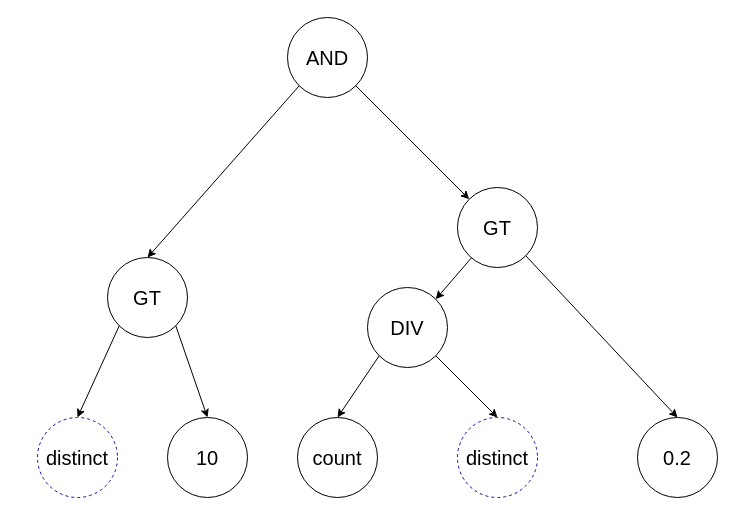
learn2Pro/draw_io_save keeps this draw.io diagram as ppt_sql_optimize.drawio. Above is the earlier version. Source tidied: cells renumbered, new cells numbered last; positions are measured from the earlier drawing's top-left corner, leaving out a move shared by most shapes. Both pictures are drawn from the tidied source at 100%, with x=0, y=0 at pixel (37, 17).
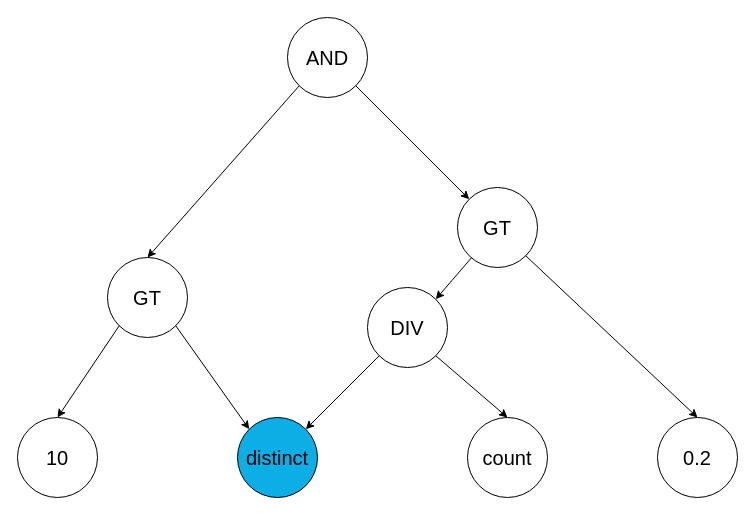
The same diagram, later.

Unchanged cells that the change refers to:
```xml
<mxCell id="6" value="&lt;span style=&quot;font-size: 20px&quot;&gt;&lt;font&gt;DIV&lt;/font&gt;&lt;/span&gt;" style="ellipse;whiteSpace=wrap;html=1;fontStyle=0;fontSize=20;fontFamily=TencentSans;" parent="1" vertex="1">
  <mxGeometry x="330" y="270" width="80" height="80" as="geometry" />
</mxCell>
<mxCell id="8" value="&lt;span style=&quot;font-size: 20px&quot;&gt;&lt;font&gt;GT&lt;/font&gt;&lt;/span&gt;" style="ellipse;whiteSpace=wrap;html=1;fontStyle=0;fontSize=20;fontFamily=TencentSans;" parent="1" vertex="1">
  <mxGeometry x="70" y="240" width="80" height="80" as="geometry" />
</mxCell>
```

The edit, as a diff of the source:
```diff
@@
-    <mxCell id="3" value="&lt;span style=&quot;font-size: 20px&quot;&gt;&lt;font&gt;distinct&lt;/font&gt;&lt;/span&gt;" style="ellipse;whiteSpace=wrap;html=1;dashed=1;strokeColor=#1312B3;fontStyle=0;fontSize=20;fontFamily=TencentSans;" parent="1" vertex="1">
-      <mxGeometry y="400" width="80" height="80" as="geometry" />
+    <mxCell id="3" value="&lt;span style=&quot;font-size: 20px&quot;&gt;&lt;font&gt;distinct&lt;/font&gt;&lt;/span&gt;" style="ellipse;whiteSpace=wrap;html=1;fontStyle=0;fontSize=20;fontFamily=TencentSans;fillColor=#0BAFE5;" parent="1" vertex="1">
+      <mxGeometry x="200" y="400" width="80" height="80" as="geometry" />
     </mxCell>
     <mxCell id="4" value="&lt;span style=&quot;font-size: 20px&quot;&gt;&lt;font&gt;count&lt;/font&gt;&lt;/span&gt;" style="ellipse;whiteSpace=wrap;html=1;fontStyle=0;fontSize=20;fontFamily=TencentSans;" parent="1" vertex="1">
-      <mxGeometry x="260" y="400" width="80" height="80" as="geometry" />
+      <mxGeometry x="430" y="400" width="80" height="80" as="geometry" />
     </mxCell>
-    <mxCell id="5" value="&lt;span style=&quot;font-size: 20px&quot;&gt;&lt;font&gt;distinct&lt;/font&gt;&lt;/span&gt;" style="ellipse;whiteSpace=wrap;html=1;dashed=1;strokeColor=#1312B3;fontStyle=0;fontSize=20;fontFamily=TencentSans;" parent="1" vertex="1">
-      <mxGeometry x="420" y="400" width="80" height="80" as="geometry" />
-    </mxCell>
@@
     <mxCell id="9" value="&lt;span style=&quot;font-size: 20px&quot;&gt;&lt;font&gt;10&lt;/font&gt;&lt;/span&gt;" style="ellipse;whiteSpace=wrap;html=1;fontStyle=0;fontSize=20;fontFamily=TencentSans;" parent="1" vertex="1">
-      <mxGeometry x="130" y="400" width="80" height="80" as="geometry" />
+      <mxGeometry x="-20" y="400" width="80" height="80" as="geometry" />
     </mxCell>
-    <mxCell id="10" style="endArrow=classic;html=1;exitX=0;exitY=1;exitDx=0;exitDy=0;fontStyle=0;fontSize=20;fontFamily=TencentSans;" parent="1" edge="1" source="8">
-      <mxGeometry relative="1" as="geometry">
-        <mxPoint x="40" y="400" as="targetPoint" />
-      </mxGeometry>
+    <mxCell id="10" style="endArrow=classic;html=1;exitX=0;exitY=1;exitDx=0;exitDy=0;fontStyle=0;fontSize=20;fontFamily=TencentSans;entryX=0.5;entryY=0;entryDx=0;entryDy=0;" parent="1" edge="1" source="8" target="9">
+      <mxGeometry relative="1" as="geometry" />
     </mxCell>
-    <mxCell id="11" style="endArrow=classic;html=1;exitX=1;exitY=1;exitDx=0;exitDy=0;fontStyle=0;fontSize=20;fontFamily=TencentSans;" parent="1" edge="1" source="8">
-      <mxGeometry relative="1" as="geometry">
-        <mxPoint x="170" y="400" as="targetPoint" />
-      </mxGeometry>
+    <mxCell id="11" style="endArrow=classic;html=1;exitX=1;exitY=1;exitDx=0;exitDy=0;fontStyle=0;fontSize=20;fontFamily=TencentSans;entryX=0;entryY=0;entryDx=0;entryDy=0;" parent="1" edge="1" source="8" target="3">
+      <mxGeometry relative="1" as="geometry" />
     </mxCell>
@@
     <mxCell id="14" value="&lt;span style=&quot;font-size: 20px&quot;&gt;&lt;font&gt;0.2&lt;/font&gt;&lt;/span&gt;" style="ellipse;whiteSpace=wrap;html=1;fontStyle=0;fontSize=20;fontFamily=TencentSans;" parent="1" vertex="1">
-      <mxGeometry x="600" y="400" width="80" height="80" as="geometry" />
+      <mxGeometry x="620" y="400" width="80" height="80" as="geometry" />
     </mxCell>
@@
-    <mxCell id="17" style="endArrow=classic;html=1;exitX=0;exitY=1;exitDx=0;exitDy=0;entryX=0.5;entryY=0;entryDx=0;entryDy=0;fontStyle=0;fontSize=20;fontFamily=TencentSans;" parent="1" edge="1" source="6" target="4">
-      <mxGeometry relative="1" as="geometry" />
-    </mxCell>
-    <mxCell id="18" style="endArrow=classic;html=1;exitX=1;exitY=1;exitDx=0;exitDy=0;entryX=0.5;entryY=0;entryDx=0;entryDy=0;fontStyle=0;fontSize=20;fontFamily=TencentSans;" parent="1" edge="1" source="6" target="5">
+    <mxCell id="18" style="endArrow=classic;html=1;exitX=1;exitY=1;exitDx=0;exitDy=0;fontStyle=0;fontSize=20;fontFamily=TencentSans;entryX=0.5;entryY=0;entryDx=0;entryDy=0;" parent="1" edge="1" source="6" target="4">
       <mxGeometry relative="1" as="geometry" />
     </mxCell>
+    <mxCell id="19" style="endArrow=classic;html=1;exitX=0;exitY=1;exitDx=0;exitDy=0;fontStyle=0;fontSize=20;fontFamily=TencentSans;entryX=1;entryY=0;entryDx=0;entryDy=0;" parent="1" edge="1" source="6" target="3">
+      <mxGeometry relative="1" as="geometry" />
+    </mxCell>
```
